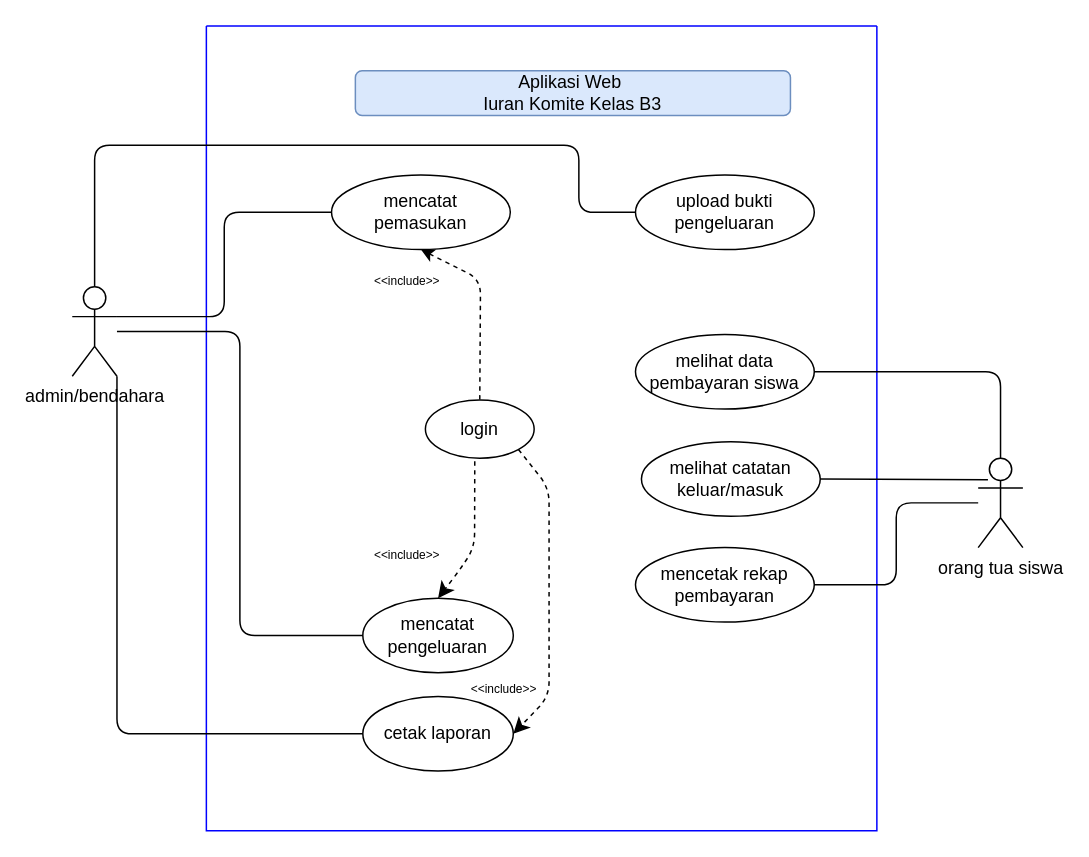
eenattayani/desain keeps this draw.io diagram as komite_al_adaby.drawio. Above is the earlier version. Source tidied: cells renumbered, new cells numbered last; positions are measured from the earlier drawing's top-left corner, leaving out a move shared by most shapes. Both pictures are drawn from the tidied source at 149%, with x=0, y=0 at pixel (72, 25).
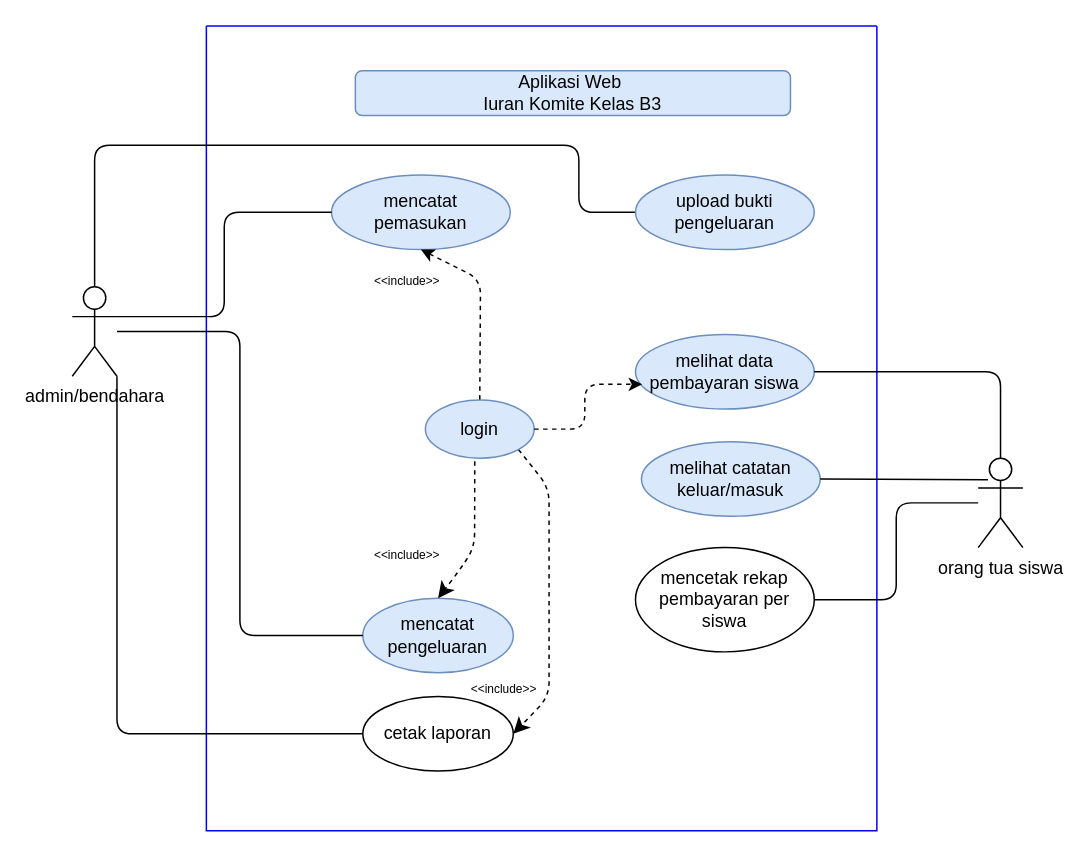
Above is the later version.

Unchanged cells that the change refers to:
```xml
<mxCell id="2" style="swimlane;startSize=0;fillColor=#fff2cc;strokeColor=#0000FF;" parent="1" vertex="1">
  <mxGeometry x="90" width="450" height="540" as="geometry" />
</mxCell>
```

The edit, as a diff of the source:
```diff
@@
-    <mxCell id="5" value="login" style="ellipse;whiteSpace=wrap;html=1;" parent="2" vertex="1">
+    <mxCell id="5" value="login" style="ellipse;whiteSpace=wrap;html=1;fillColor=#dae8fc;strokeColor=#6c8ebf;" parent="2" vertex="1">
       <mxGeometry x="147" y="251" width="73" height="39" as="geometry" />
     </mxCell>
-    <mxCell id="6" value="mencatat&lt;div&gt;pemasukan&lt;/div&gt;" style="ellipse;whiteSpace=wrap;html=1;" parent="2" vertex="1">
+    <mxCell id="6" value="mencatat&lt;div&gt;pemasukan&lt;/div&gt;" style="ellipse;whiteSpace=wrap;html=1;fillColor=#dae8fc;strokeColor=#6c8ebf;" parent="2" vertex="1">
       <mxGeometry x="84" y="100" width="120" height="50" as="geometry" />
     </mxCell>
@@
-    <mxCell id="9" value="melihat data pembayaran siswa" style="ellipse;whiteSpace=wrap;html=1;" parent="2" vertex="1">
+    <mxCell id="9" value="melihat data pembayaran siswa" style="ellipse;whiteSpace=wrap;html=1;fillColor=#dae8fc;strokeColor=#6c8ebf;" parent="2" vertex="1">
       <mxGeometry x="288" y="207" width="120" height="50" as="geometry" />
     </mxCell>
-    <mxCell id="10" value="melihat catatan keluar/masuk" style="ellipse;whiteSpace=wrap;html=1;" parent="2" vertex="1">
+    <mxCell id="10" value="melihat catatan keluar/masuk" style="ellipse;whiteSpace=wrap;html=1;fillColor=#dae8fc;strokeColor=#6c8ebf;" parent="2" vertex="1">
       <mxGeometry x="292" y="279" width="120" height="50" as="geometry" />
     </mxCell>
@@
-    <mxCell id="15" value="mencatat pengeluaran" style="ellipse;whiteSpace=wrap;html=1;" parent="2" vertex="1">
+    <mxCell id="15" value="mencatat pengeluaran" style="ellipse;whiteSpace=wrap;html=1;fillColor=#dae8fc;strokeColor=#6c8ebf;" parent="2" vertex="1">
       <mxGeometry x="105" y="384" width="101" height="50" as="geometry" />
     </mxCell>
@@
-    <mxCell id="25" value="upload bukti pengeluaran" style="ellipse;whiteSpace=wrap;html=1;" parent="2" vertex="1">
+    <mxCell id="25" value="upload bukti pengeluaran" style="ellipse;whiteSpace=wrap;html=1;fillColor=#dae8fc;strokeColor=#6c8ebf;" parent="2" vertex="1">
       <mxGeometry x="288" y="100" width="120" height="50" as="geometry" />
     </mxCell>
-    <mxCell id="26" value="mencetak rekap pembayaran" style="ellipse;whiteSpace=wrap;html=1;" parent="2" vertex="1">
-      <mxGeometry x="288" y="350" width="120" height="50" as="geometry" />
+    <mxCell id="26" value="mencetak rekap pembayaran per siswa" style="ellipse;whiteSpace=wrap;html=1;" parent="2" vertex="1">
+      <mxGeometry x="288" y="350" width="120" height="70" as="geometry" />
     </mxCell>
+    <mxCell id="27" style="edgeStyle=orthogonalEdgeStyle;rounded=1;jettySize=auto;html=1;entryX=0.037;entryY=0.668;entryDx=0;entryDy=0;entryPerimeter=0;curved=0;dashed=1;" parent="2" edge="1" source="5" target="9">
+      <mxGeometry relative="1" as="geometry" />
+    </mxCell>
```
